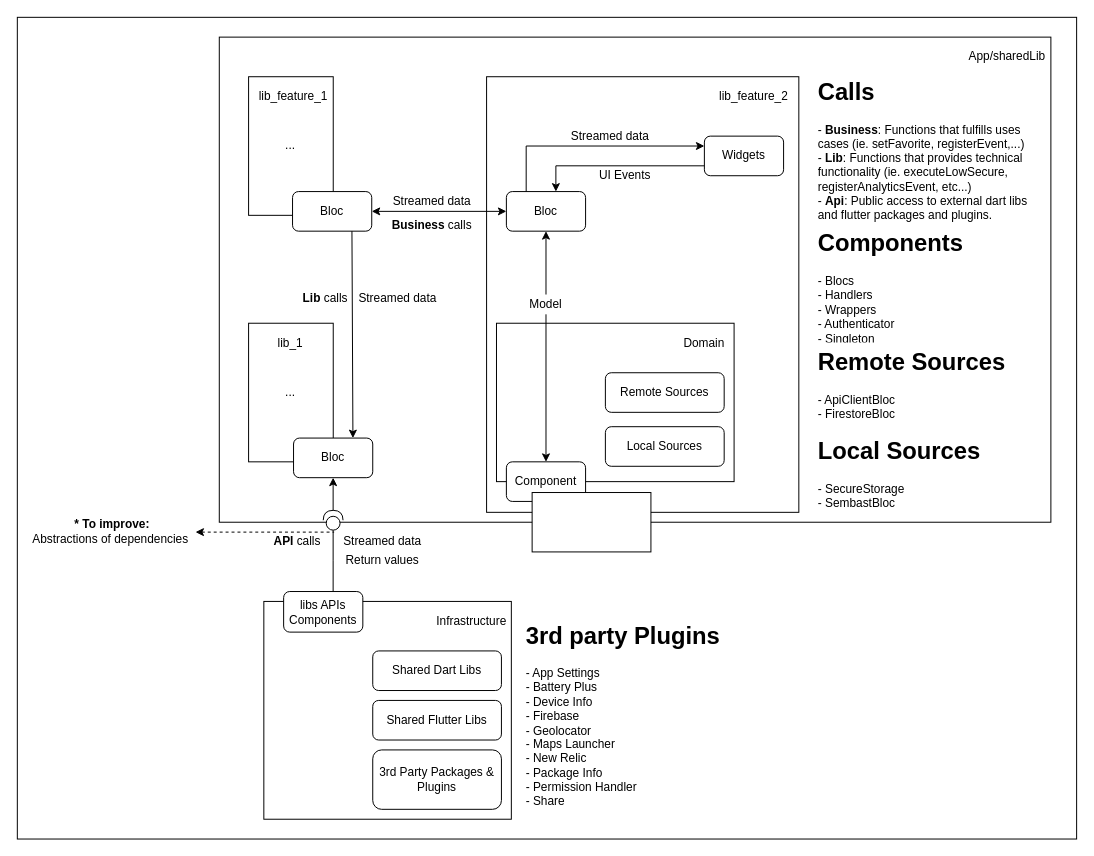
xrax/diagrams_actions keeps this draw.io diagram as diagrams/reference_arquitecture.drawio. Above is the earlier version. Source tidied: cells renumbered, new cells numbered last; positions are measured from the earlier drawing's top-left corner, leaving out a move shared by most shapes. Both pictures are drawn from the tidied source at 99%, with x=0, y=0 at pixel (17, 17).
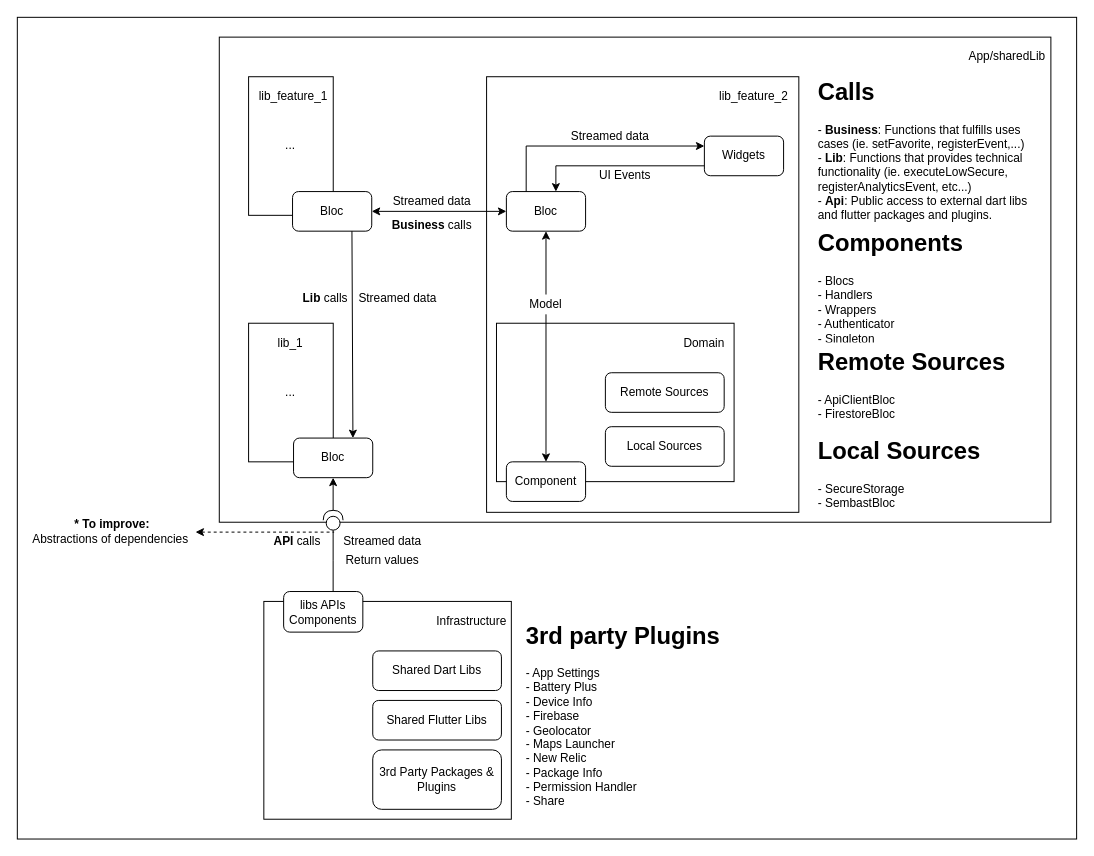
The same diagram, later.

Diff of the diagram source:
```diff
@@
-    <mxCell id="56" style="whiteSpace=wrap;html=1;" parent="1" vertex="1">
-      <mxGeometry x="520" y="480" width="120" height="60" as="geometry" />
-    </mxCell>
```
